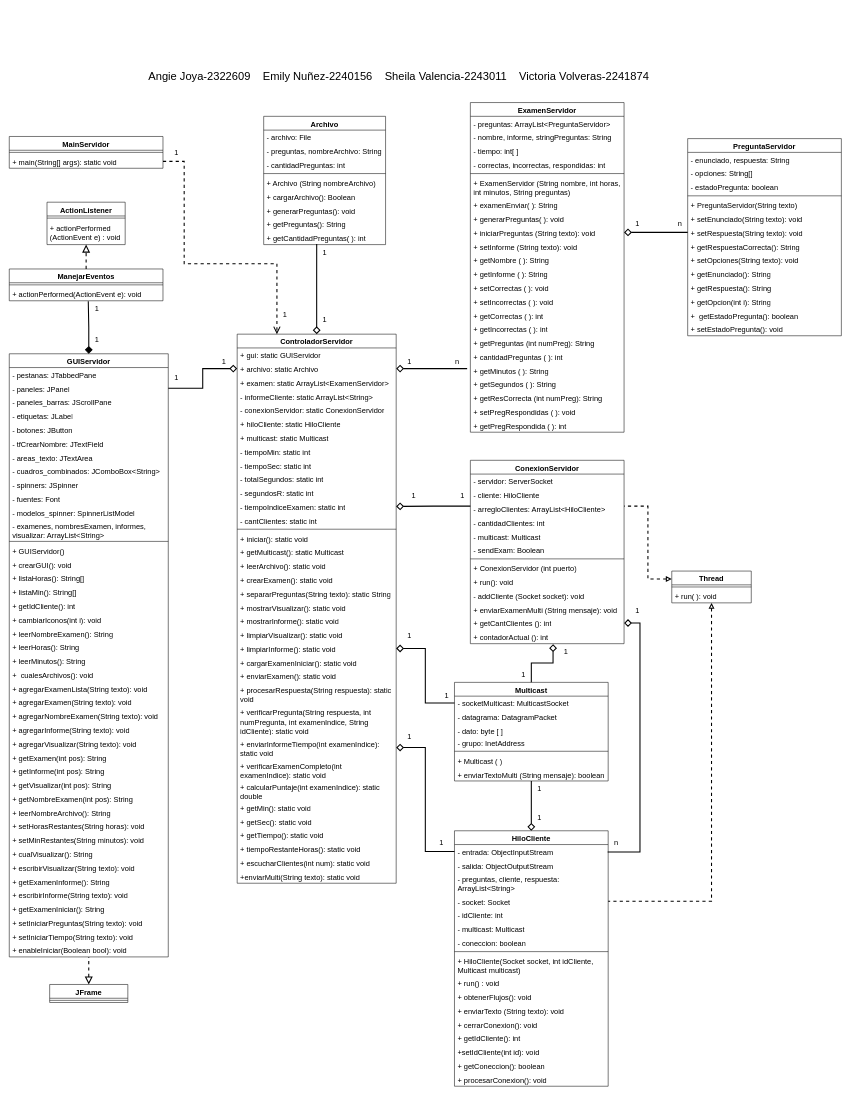
This is Dragrama de Clases.drawio from AngieJoya99/Miniproyecto3Eventos, a draw.io file, before an edit. Source tidied: cells renumbered, new cells numbered last; positions are measured from the earlier drawing's top-left corner, leaving out a move shared by most shapes. Both pictures are drawn from the tidied source at 53%, with x=0, y=0 at pixel (9, 67).
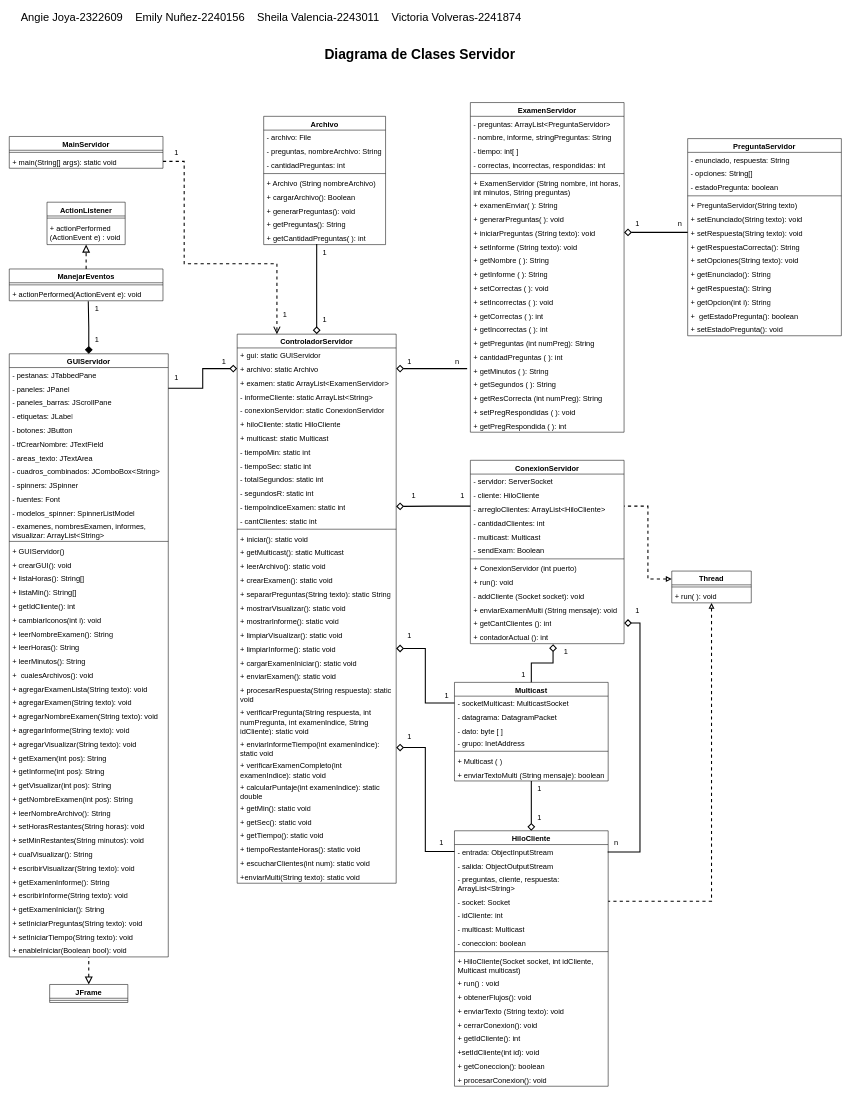
Above is the later version.

Diff of the diagram source:
```diff
@@
-    <mxCell id="224" value="Angie Joya-2322609&amp;nbsp;&amp;nbsp; &amp;nbsp;Emily Nuñez-2240156&amp;nbsp;&amp;nbsp; &amp;nbsp;Sheila Valencia-2243011&amp;nbsp;&amp;nbsp; &amp;nbsp;Victoria Volveras-2241874" style="text;html=1;strokeColor=none;fillColor=none;align=center;verticalAlign=middle;whiteSpace=wrap;rounded=0;fontSize=21;" parent="1" vertex="1">
-      <mxGeometry x="10" width="1450" height="30" as="geometry" />
+    <mxCell id="224" value="&lt;b&gt;&lt;font style=&quot;font-size: 26px;&quot;&gt;Diagrama de Clases Servidor&lt;/font&gt;&lt;/b&gt;" style="text;html=1;strokeColor=none;fillColor=none;align=center;verticalAlign=middle;whiteSpace=wrap;rounded=0;fontSize=21;" parent="1" vertex="1">
+      <mxGeometry y="-40" width="1550" height="30" as="geometry" />
     </mxCell>
@@
+    <mxCell id="227" value="Angie Joya-2322609&amp;nbsp;&amp;nbsp; &amp;nbsp;Emily Nuñez-2240156&amp;nbsp;&amp;nbsp; &amp;nbsp;Sheila Valencia-2243011&amp;nbsp;&amp;nbsp; &amp;nbsp;Victoria Volveras-2241874" style="text;html=1;strokeColor=none;fillColor=none;align=left;verticalAlign=middle;whiteSpace=wrap;rounded=0;fontSize=21;" parent="1" vertex="1">
+      <mxGeometry x="20" y="-110" width="1450" height="30" as="geometry" />
+    </mxCell>
```
